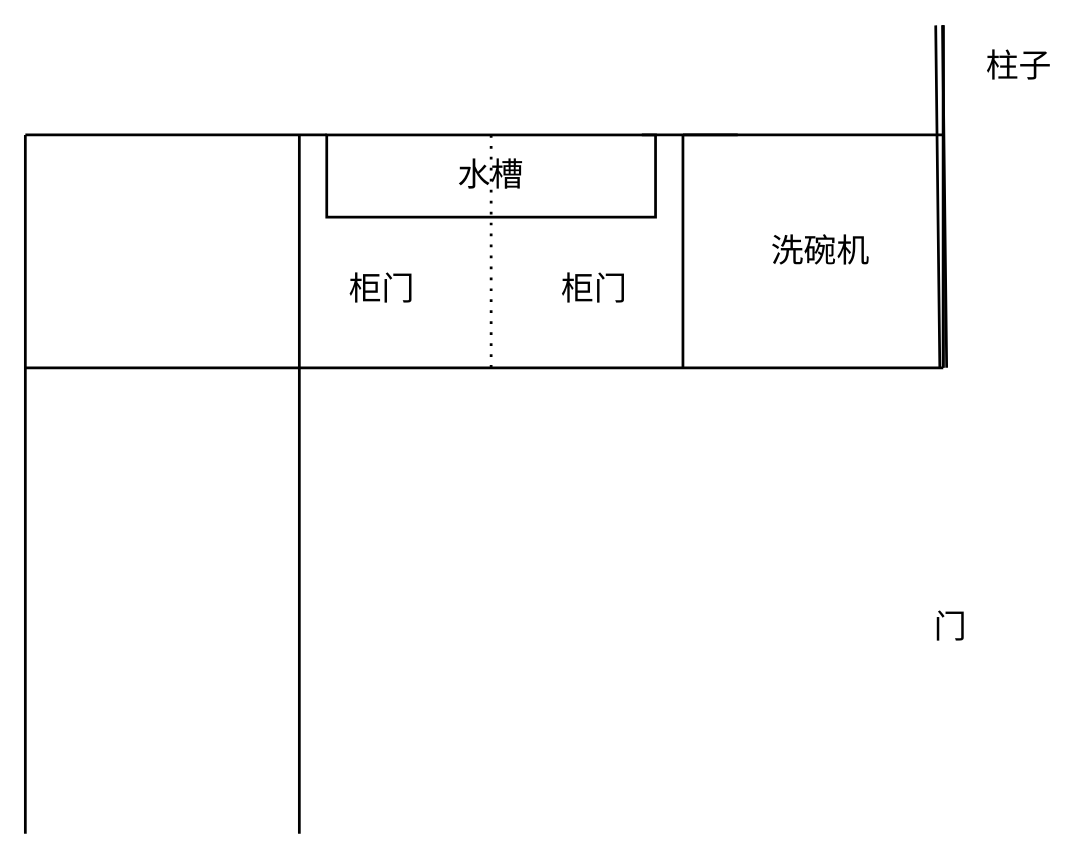
This is page "橱柜" (1 of 3) of diagram/橱柜.drawio from DogerRain/image, a draw.io file, before an edit. Source tidied: cells renumbered, new cells numbered last; positions are measured from the earlier drawing's top-left corner, leaving out a move shared by most shapes. Both pictures are drawn from the tidied source at 137%, with x=0, y=0 at pixel (25, 25).
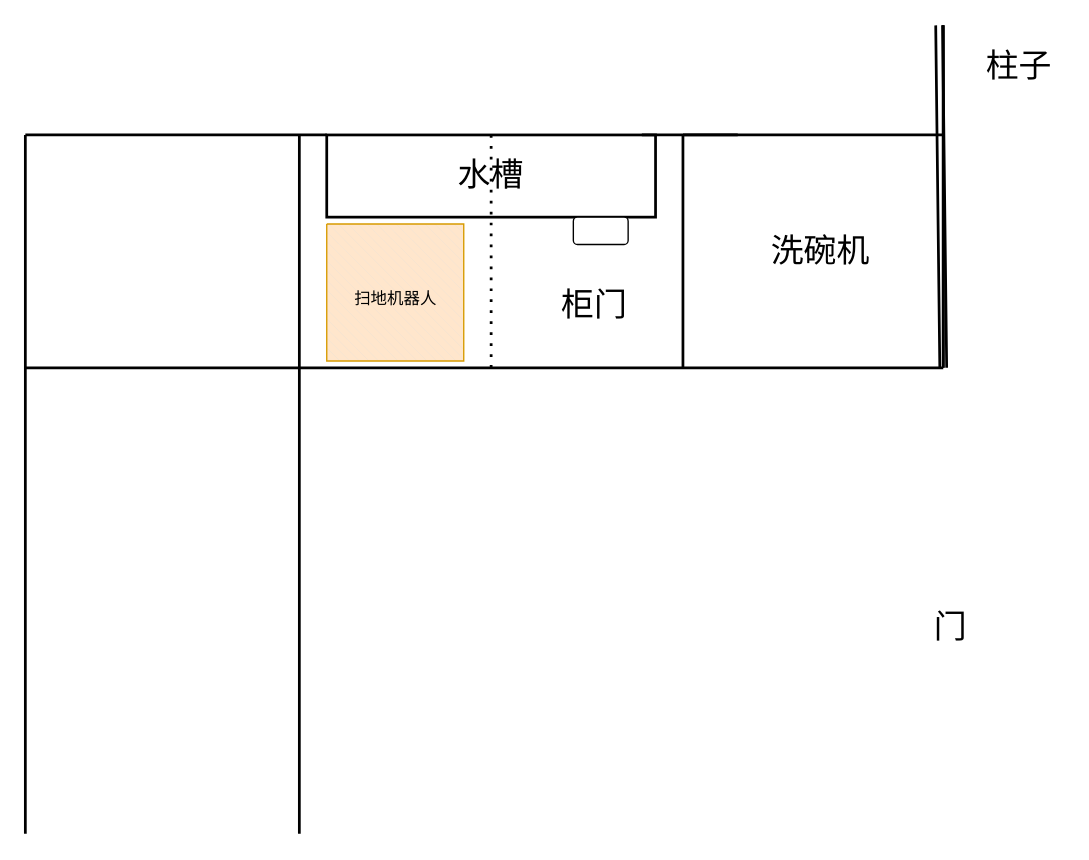
After the change.

What changed in the source:
```diff
@@
-    <mxCell id="18" value="柜门" style="text;html=1;align=center;verticalAlign=middle;strokeColor=none;fillColor=none;fontSize=24;" parent="1" vertex="1">
-      <mxGeometry x="225" y="173" width="70" height="40" as="geometry" />
-    </mxCell>
     <mxCell id="19" value="柜门" style="text;html=1;align=center;verticalAlign=middle;strokeColor=none;fillColor=none;fontSize=24;" parent="1" vertex="1">
-      <mxGeometry x="380" y="173" width="70" height="40" as="geometry" />
+      <mxGeometry x="380" y="185" width="70" height="40" as="geometry" />
     </mxCell>
+    <mxCell id="20" style="verticalLabelPosition=bottom;verticalAlign=top;html=1;shape=mxgraph.basic.patternFillRect;fillStyle=diagRev;step=5;fillStrokeWidth=0.2;fillStrokeColor=#dddddd;labelBackgroundColor=#A9C4EB;fillColor=#ffe6cc;strokeColor=#d79b00;" parent="1" vertex="1">
+      <mxGeometry x="220" y="145" width="100" height="100" as="geometry" />
+    </mxCell>
+    <mxCell id="21" value="扫地机器人" style="text;html=1;align=center;verticalAlign=middle;strokeColor=none;fillColor=none;" parent="1" vertex="1">
+      <mxGeometry x="230" y="185" width="80" height="30" as="geometry" />
+    </mxCell>
+    <mxCell id="22" style="rounded=1;whiteSpace=wrap;html=1;direction=south;" parent="1" vertex="1">
+      <mxGeometry x="400" y="140" width="40" height="20" as="geometry" />
+    </mxCell>
```
